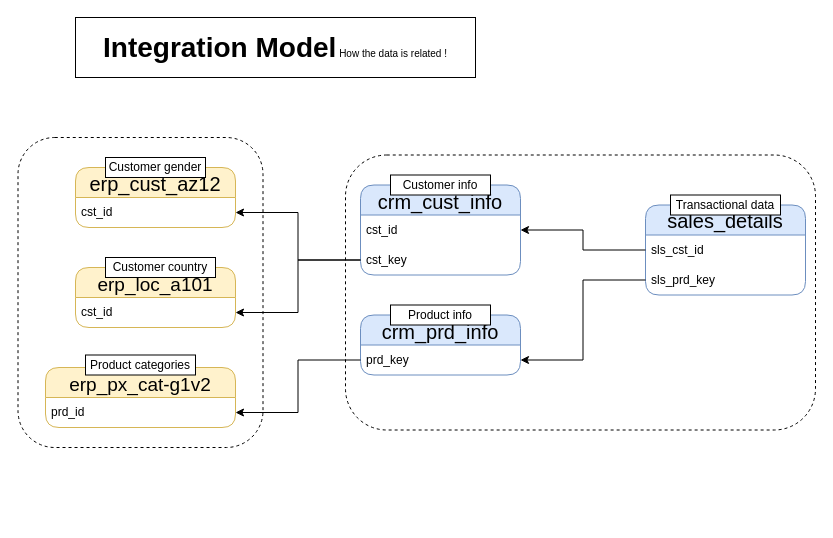
Before: design/Integration_model.drawio in Sampathkumar6/sql_data_warehouse_project, a draw.io diagram. Source tidied: cells renumbered, new cells numbered last; positions are measured from the earlier drawing's top-left corner, leaving out a move shared by most shapes. Both pictures are drawn from the tidied source at 100%, with x=0, y=0 at pixel (17, 17).
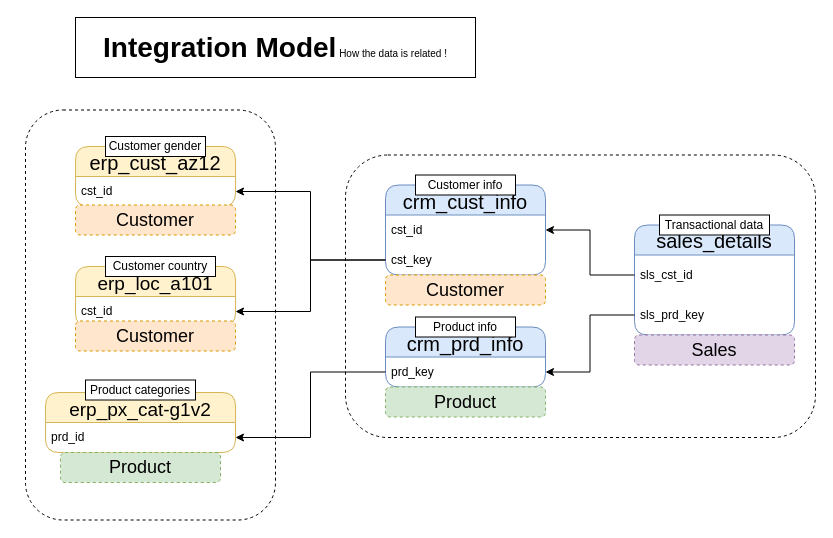
After the change.

Diff of the diagram source:
```diff
@@
     <mxCell id="3" value="&lt;font style=&quot;font-size: 20px;&quot;&gt;crm_cust_info&lt;/font&gt;" style="swimlane;fontStyle=0;horizontal=1;startSize=30;whiteSpace=wrap;html=1;rounded=1;fillColor=#dae8fc;strokeColor=#6c8ebf;fontSize=26;" parent="1" vertex="1">
-      <mxGeometry x="343" y="167.5" width="160" height="90" as="geometry" />
+      <mxGeometry x="368" y="167.5" width="160" height="90" as="geometry" />
     </mxCell>
@@
     <mxCell id="6" value="Customer info" style="rounded=0;whiteSpace=wrap;html=1;" parent="1" vertex="1">
-      <mxGeometry x="373" y="157.5" width="100" height="20" as="geometry" />
+      <mxGeometry x="398" y="157.5" width="100" height="20" as="geometry" />
     </mxCell>
     <mxCell id="7" value="&lt;font style=&quot;font-size: 20px;&quot;&gt;crm_prd_info&lt;/font&gt;" style="swimlane;fontStyle=0;horizontal=1;startSize=30;whiteSpace=wrap;html=1;rounded=1;fillColor=#dae8fc;strokeColor=#6c8ebf;fontSize=26;" parent="1" vertex="1">
-      <mxGeometry x="343" y="297.5" width="160" height="60" as="geometry" />
+      <mxGeometry x="368" y="309.5" width="160" height="60" as="geometry" />
     </mxCell>
@@
     <mxCell id="9" value="Product info" style="rounded=0;whiteSpace=wrap;html=1;" parent="1" vertex="1">
-      <mxGeometry x="373" y="287.5" width="100" height="20" as="geometry" />
+      <mxGeometry x="398" y="299.5" width="100" height="20" as="geometry" />
     </mxCell>
     <mxCell id="10" value="&lt;font style=&quot;font-size: 20px;&quot;&gt;&lt;font style=&quot;&quot;&gt;erp_&lt;/font&gt;&lt;span style=&quot;font-family: &amp;quot;Cascadia Mono&amp;quot;; background-color: transparent; color: light-dark(rgb(0, 0, 0), rgb(255, 255, 255));&quot;&gt;cust_az12&lt;/span&gt;&lt;/font&gt;" style="swimlane;fontStyle=0;horizontal=1;startSize=30;whiteSpace=wrap;html=1;rounded=1;fillColor=#fff2cc;strokeColor=#d6b656;fontSize=26;" parent="1" vertex="1">
-      <mxGeometry x="58" y="150" width="160" height="60" as="geometry" />
+      <mxGeometry x="58" y="129" width="160" height="60" as="geometry" />
     </mxCell>
@@
     <mxCell id="12" value="Customer gender" style="rounded=0;whiteSpace=wrap;html=1;" parent="1" vertex="1">
-      <mxGeometry x="88" y="140" width="100" height="20" as="geometry" />
+      <mxGeometry x="88" y="119" width="100" height="20" as="geometry" />
     </mxCell>
     <mxCell id="13" value="&lt;font style=&quot;font-size: 20px;&quot;&gt;sales_details&lt;/font&gt;" style="swimlane;fontStyle=0;horizontal=1;startSize=30;whiteSpace=wrap;html=1;rounded=1;fillColor=#dae8fc;strokeColor=#6c8ebf;" parent="1" vertex="1">
-      <mxGeometry x="628" y="187.5" width="160" height="90" as="geometry" />
+      <mxGeometry x="617" y="207.5" width="160" height="110" as="geometry" />
     </mxCell>
     <mxCell id="14" value="sls_cst_id" style="text;strokeColor=none;fillColor=none;align=left;verticalAlign=middle;spacingLeft=4;spacingRight=4;overflow=hidden;points=[[0,0.5],[1,0.5]];portConstraint=eastwest;whiteSpace=wrap;html=1;rounded=1;" parent="13" vertex="1">
-      <mxGeometry y="30" width="160" height="30" as="geometry" />
+      <mxGeometry y="30" width="160" height="40" as="geometry" />
     </mxCell>
     <mxCell id="15" value="sls_prd_key" style="text;strokeColor=none;fillColor=none;align=left;verticalAlign=middle;spacingLeft=4;spacingRight=4;overflow=hidden;points=[[0,0.5],[1,0.5]];portConstraint=eastwest;whiteSpace=wrap;html=1;rounded=1;" parent="13" vertex="1">
-      <mxGeometry y="60" width="160" height="30" as="geometry" />
+      <mxGeometry y="70" width="160" height="40" as="geometry" />
     </mxCell>
     <mxCell id="16" value="Transactional data" style="rounded=0;whiteSpace=wrap;html=1;" parent="1" vertex="1">
-      <mxGeometry x="653" y="177.5" width="110" height="20" as="geometry" />
+      <mxGeometry x="642" y="197.5" width="110" height="20" as="geometry" />
     </mxCell>
@@
     <mxCell id="19" value="&lt;font style=&quot;font-size: 19px;&quot;&gt;&lt;font style=&quot;&quot;&gt;&lt;font style=&quot;&quot;&gt;erp_&lt;/font&gt;&lt;/font&gt;&lt;font face=&quot;Cascadia Mono&quot; style=&quot;&quot;&gt;loc_a101&lt;/font&gt;&lt;/font&gt;" style="swimlane;fontStyle=0;horizontal=1;startSize=30;whiteSpace=wrap;html=1;rounded=1;fillColor=#fff2cc;strokeColor=#d6b656;fontSize=26;" parent="1" vertex="1">
-      <mxGeometry x="58" y="250" width="160" height="60" as="geometry" />
+      <mxGeometry x="58" y="249" width="160" height="60" as="geometry" />
     </mxCell>
@@
     <mxCell id="21" value="Customer country" style="rounded=0;whiteSpace=wrap;html=1;" parent="1" vertex="1">
-      <mxGeometry x="88" y="240" width="110" height="20" as="geometry" />
+      <mxGeometry x="88" y="239" width="110" height="20" as="geometry" />
     </mxCell>
@@
     <mxCell id="24" value="&lt;font style=&quot;font-size: 19px;&quot;&gt;&lt;font style=&quot;&quot;&gt;&lt;font style=&quot;&quot;&gt;erp_&lt;/font&gt;&lt;/font&gt;&lt;font face=&quot;Cascadia Mono&quot; style=&quot;&quot;&gt;px_cat-g1v2&lt;/font&gt;&lt;/font&gt;" style="swimlane;fontStyle=0;horizontal=1;startSize=30;whiteSpace=wrap;html=1;rounded=1;fillColor=#fff2cc;strokeColor=#d6b656;fontSize=26;" parent="1" vertex="1">
-      <mxGeometry x="28" y="350" width="190" height="60" as="geometry" />
+      <mxGeometry x="28" y="375" width="190" height="60" as="geometry" />
     </mxCell>
@@
     <mxCell id="26" value="Product categories" style="rounded=0;whiteSpace=wrap;html=1;" parent="1" vertex="1">
-      <mxGeometry x="68" y="337.5" width="110" height="20" as="geometry" />
+      <mxGeometry x="68" y="362.5" width="110" height="20" as="geometry" />
     </mxCell>
@@
     <mxCell id="28" style="rounded=1;whiteSpace=wrap;html=1;fillColor=none;dashed=1;" parent="1" vertex="1">
-      <mxGeometry x="328" y="137.5" width="470" height="275" as="geometry" />
+      <mxGeometry x="328" y="137.5" width="470" height="282.5" as="geometry" />
     </mxCell>
     <mxCell id="29" style="rounded=1;whiteSpace=wrap;html=1;fillColor=none;dashed=1;" parent="1" vertex="1">
-      <mxGeometry x="0.5" y="120" width="245" height="310" as="geometry" />
+      <mxGeometry x="8" y="92.5" width="250" height="410" as="geometry" />
     </mxCell>
+    <mxCell id="30" value="&lt;font style=&quot;font-size: 18px;&quot;&gt;Sales&lt;/font&gt;" style="text;html=1;strokeColor=#9673a6;fillColor=#e1d5e7;align=center;verticalAlign=middle;whiteSpace=wrap;overflow=hidden;rounded=1;dashed=1;" parent="1" vertex="1">
+      <mxGeometry x="617" y="317.5" width="160" height="30" as="geometry" />
+    </mxCell>
+    <mxCell id="31" value="&lt;font style=&quot;font-size: 18px;&quot;&gt;Product&lt;/font&gt;" style="text;html=1;strokeColor=#82b366;fillColor=#d5e8d4;align=center;verticalAlign=middle;whiteSpace=wrap;overflow=hidden;rounded=1;dashed=1;" parent="1" vertex="1">
+      <mxGeometry x="368" y="369.5" width="160" height="30" as="geometry" />
+    </mxCell>
+    <mxCell id="32" value="&lt;font style=&quot;font-size: 18px;&quot;&gt;Customer&lt;/font&gt;" style="text;html=1;strokeColor=#d79b00;fillColor=#ffe6cc;align=center;verticalAlign=middle;whiteSpace=wrap;overflow=hidden;rounded=1;dashed=1;" parent="1" vertex="1">
+      <mxGeometry x="58" y="303.5" width="160" height="30" as="geometry" />
+    </mxCell>
+    <mxCell id="33" value="&lt;font style=&quot;font-size: 18px;&quot;&gt;Product&lt;/font&gt;" style="text;html=1;strokeColor=#82b366;fillColor=#d5e8d4;align=center;verticalAlign=middle;whiteSpace=wrap;overflow=hidden;rounded=1;dashed=1;" parent="1" vertex="1">
+      <mxGeometry x="43" y="435" width="160" height="30" as="geometry" />
+    </mxCell>
+    <mxCell id="34" value="&lt;font style=&quot;font-size: 18px;&quot;&gt;Customer&lt;/font&gt;" style="text;html=1;strokeColor=#d79b00;fillColor=#ffe6cc;align=center;verticalAlign=middle;whiteSpace=wrap;overflow=hidden;rounded=1;dashed=1;" parent="1" vertex="1">
+      <mxGeometry x="58" y="187.5" width="160" height="30" as="geometry" />
+    </mxCell>
+    <mxCell id="35" value="&lt;font style=&quot;font-size: 18px;&quot;&gt;Customer&lt;/font&gt;" style="text;html=1;strokeColor=#d79b00;fillColor=#ffe6cc;align=center;verticalAlign=middle;whiteSpace=wrap;overflow=hidden;rounded=1;dashed=1;" parent="1" vertex="1">
+      <mxGeometry x="368" y="257.5" width="160" height="30" as="geometry" />
+    </mxCell>
```
